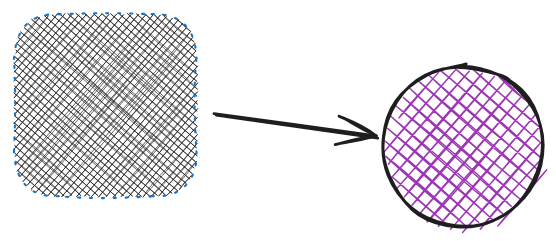
editfund/editfund.github.io-src keeps this Excalidraw diagram as docs/ai/excalidraw-files/Popper.js-extension.excalidraw.svg. Above is the earlier version. Source tidied: one line per element, renumbered; positions are measured from the earlier drawing's top-left corner, leaving out a move shared by most shapes.
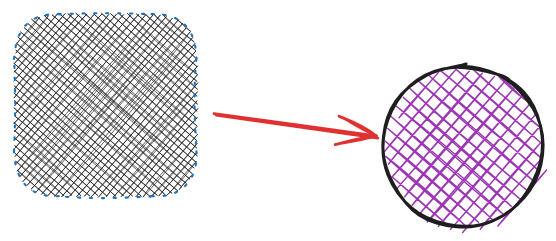
After the change.

Diff of the diagram source:
```diff
@@ -1,3 +1,3 @@
 {"id": 0, "type": "rectangle", "strokeColor": "#1971c2", "backgroundColor": "#1e1e1e", "fillStyle": "cross-hatch", "strokeWidth": 1, "strokeStyle": "dotted", "roughness": 1, "round": true, "x": 0, "y": 0, "width": 130, "height": 130}
 {"id": 1, "type": "ellipse", "strokeColor": "#1e1e1e", "backgroundColor": "#9c36b5", "fillStyle": "cross-hatch", "strokeWidth": 2, "roughness": 1, "round": true, "x": 265, "y": 37, "width": 113, "height": 115}
-{"id": 2, "type": "arrow", "strokeColor": "#1e1e1e", "backgroundColor": "#9c36b5", "fillStyle": "cross-hatch", "strokeWidth": 2, "roughness": 1, "endArrowhead": "arrow", "round": true, "from": 0, "to": 1, "x": 145, "y": 72, "width": 116, "height": 16, "points": [[0, 0], [116, 16]]}
+{"id": 2, "type": "arrow", "strokeColor": "#e03131", "backgroundColor": "#9c36b5", "fillStyle": "cross-hatch", "strokeWidth": 2, "roughness": 1, "endArrowhead": "arrow", "round": true, "from": 0, "to": 1, "x": 145, "y": 72, "width": 116, "height": 16, "points": [[0, 0], [116, 16]]}
```
